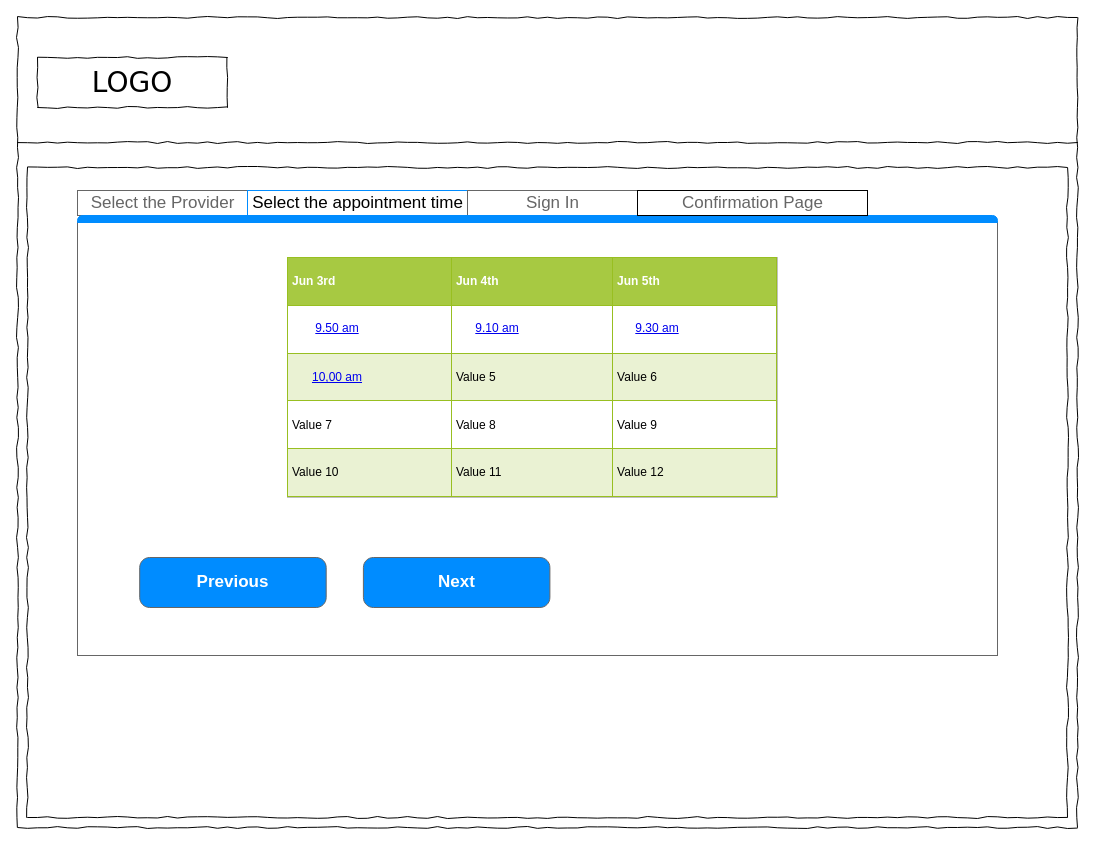
The draw.io diagram Select the appointment time.drawio in Janani-Manoharan/CovidDots, before the edit. Source tidied: cells renumbered, new cells numbered last; positions are measured from the earlier drawing's top-left corner, leaving out a move shared by most shapes. Both pictures are drawn from the tidied source at 100%, with x=0, y=0 at pixel (17, 17).
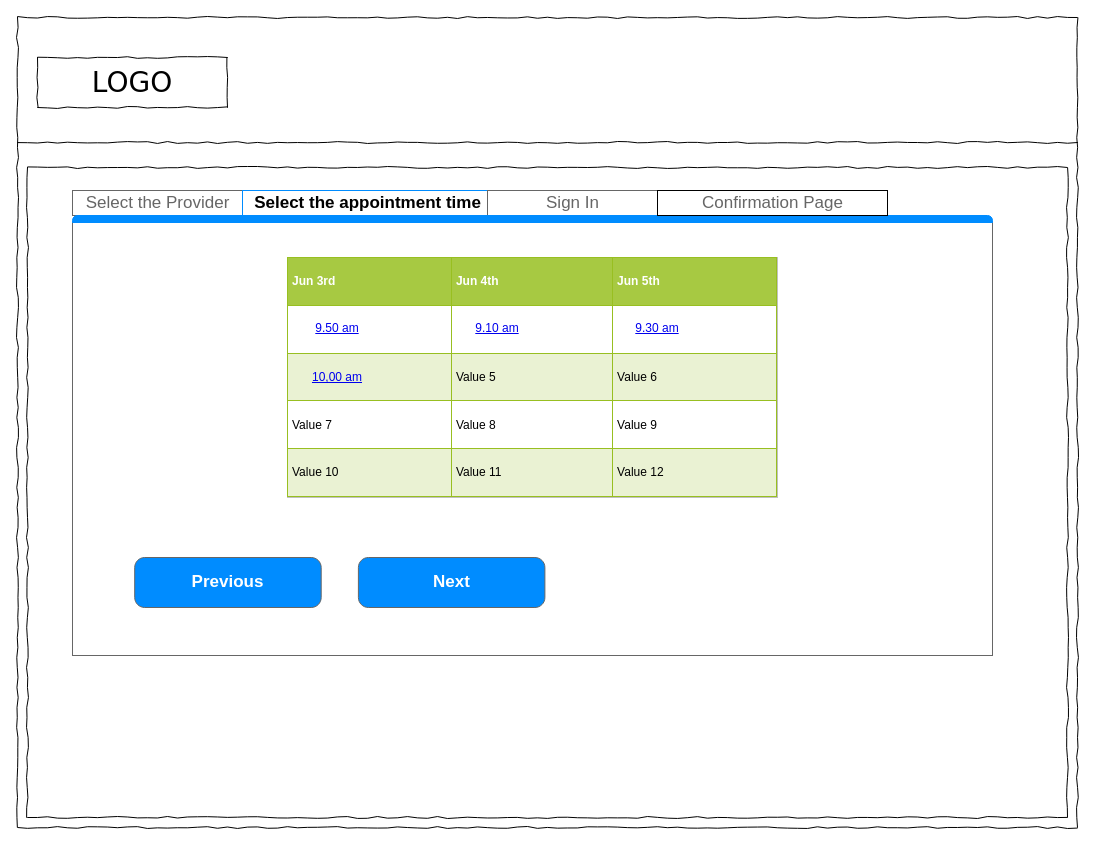
The same diagram, later.

The edit, as a diff of the source:
```diff
@@
     <mxCell id="6" style="strokeWidth=1;shadow=0;dashed=0;align=center;html=1;shape=mxgraph.mockup.containers.marginRect2;rectMarginTop=32;strokeColor=#666666;gradientColor=none;" parent="1" vertex="1">
-      <mxGeometry x="60" y="173" width="920" height="465" as="geometry" />
+      <mxGeometry x="55" y="173" width="920" height="465" as="geometry" />
     </mxCell>
@@
-    <mxCell id="8" value="&lt;font color=&quot;#000000&quot;&gt;Select the appointment time&lt;/font&gt;" style="strokeWidth=1;shadow=0;dashed=0;align=center;html=1;shape=mxgraph.mockup.containers.rrect;rSize=0;fontSize=17;fontColor=#ffffff;strokeColor=#008cff;fillColor=none;" parent="6" vertex="1">
-      <mxGeometry width="220" height="25" relative="1" as="geometry">
+    <mxCell id="8" value="&lt;font color=&quot;#000000&quot;&gt;&lt;b&gt;Select the appointment time&lt;/b&gt;&lt;/font&gt;" style="strokeWidth=1;shadow=0;dashed=0;align=center;html=1;shape=mxgraph.mockup.containers.rrect;rSize=0;fontSize=17;fontColor=#ffffff;strokeColor=#008cff;fillColor=none;" parent="6" vertex="1">
+      <mxGeometry width="250" height="25" relative="1" as="geometry">
         <mxPoint x="170" as="offset" />
       </mxGeometry>
     </mxCell>
     <mxCell id="9" value="Sign In" style="strokeColor=inherit;fillColor=inherit;gradientColor=inherit;strokeWidth=1;shadow=0;dashed=0;align=center;html=1;shape=mxgraph.mockup.containers.rrect;rSize=0;fontSize=17;fontColor=#666666;gradientColor=none;" parent="6" vertex="1">
       <mxGeometry width="170" height="25" relative="1" as="geometry">
-        <mxPoint x="390" as="offset" />
+        <mxPoint x="415" as="offset" />
       </mxGeometry>
     </mxCell>
@@
     <mxCell id="13" value="Confirmation Page" style="strokeColor=inherit;fillColor=inherit;gradientColor=inherit;strokeWidth=1;shadow=0;dashed=0;align=center;html=1;shape=mxgraph.mockup.containers.rrect;rSize=0;fontSize=17;fontColor=#666666;gradientColor=none;" parent="1" vertex="1">
-      <mxGeometry x="620" y="173" width="230" height="25" as="geometry" />
+      <mxGeometry x="640" y="173" width="230" height="25" as="geometry" />
     </mxCell>
```
